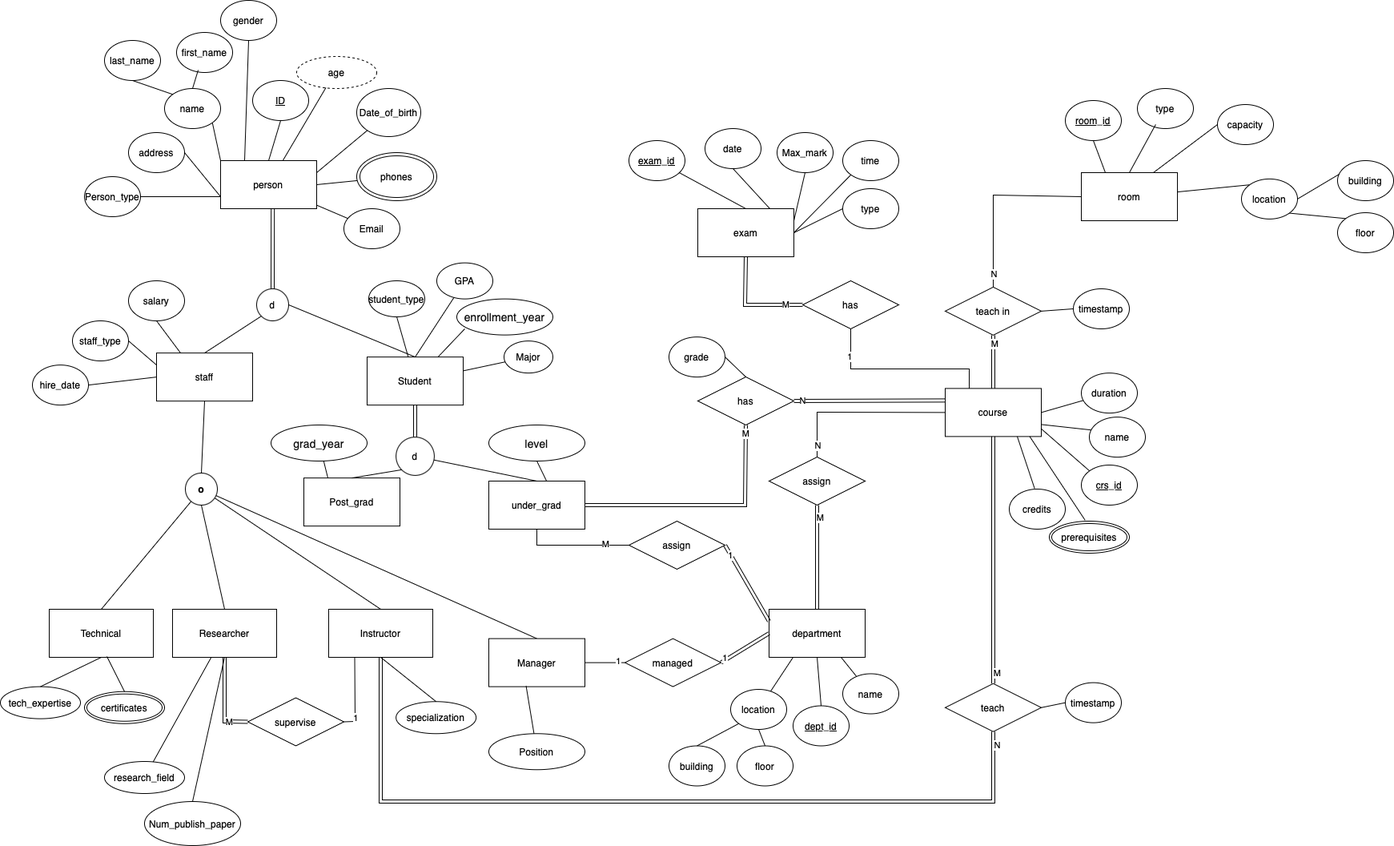
Earlier version of the draw.io export photos/CollageERD.drawio.png (MuhamedHekal/Data-Management-System-for-a-University-Case-Study). Source tidied: cells renumbered, new cells last; positions are measured from the earlier drawing's top-left corner, leaving out a move shared by most shapes.
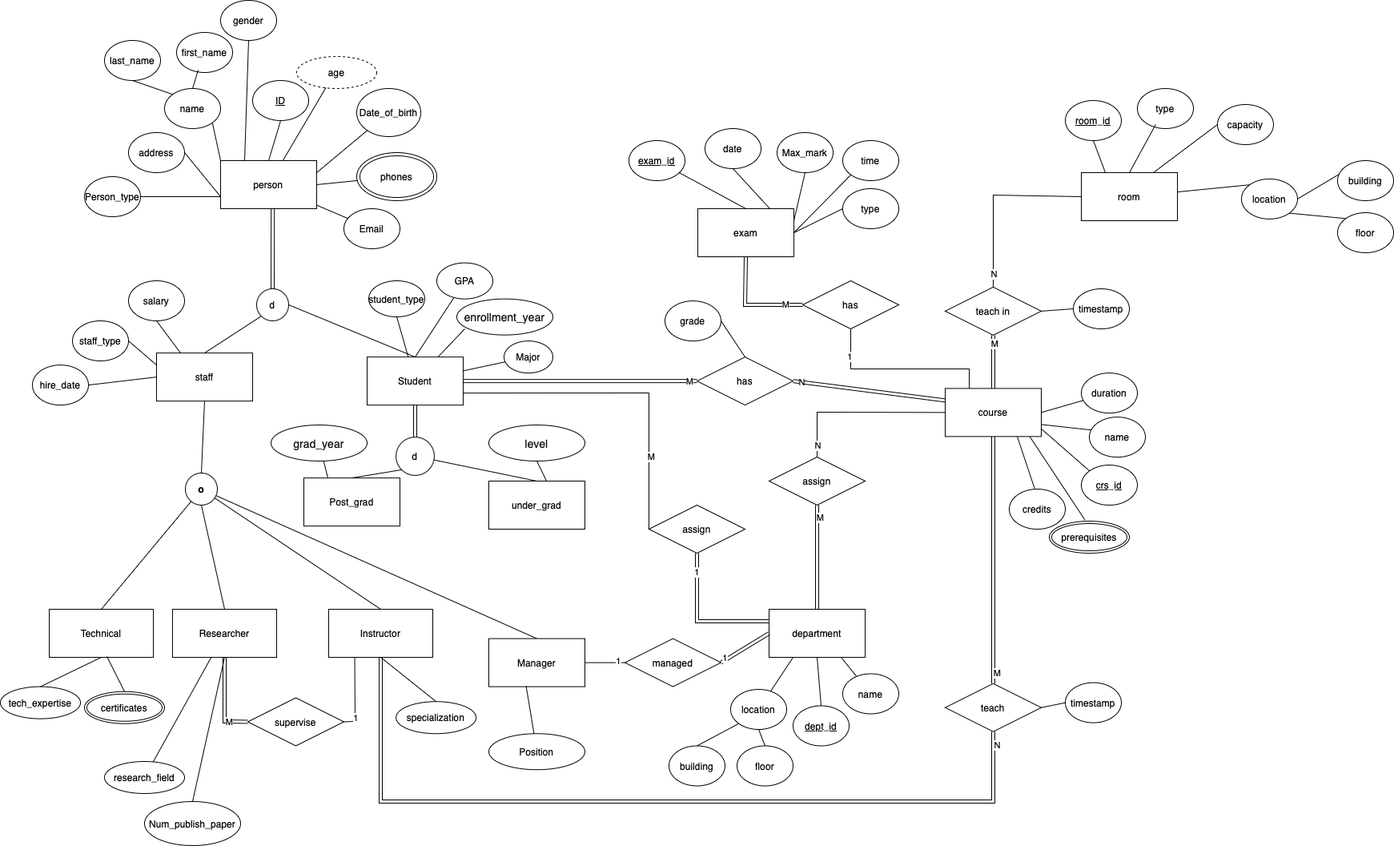
Later version of the same file.

Diff of the diagram source:
```diff
@@ -315,7 +315,7 @@
       <mxGeometry relative="1" as="geometry" />
     </mxCell>
     <mxCell id="106" value="has" style="shape=rhombus;perimeter=rhombusPerimeter;whiteSpace=wrap;html=1;align=center;" parent="1" vertex="1">
-      <mxGeometry x="871" y="470" width="120" height="60" as="geometry" />
+      <mxGeometry x="870" y="445.1" width="120" height="60" as="geometry" />
     </mxCell>
     <mxCell id="107" value="has" style="shape=rhombus;perimeter=rhombusPerimeter;whiteSpace=wrap;html=1;align=center;" parent="1" vertex="1">
       <mxGeometry x="1002" y="350" width="120" height="60" as="geometry" />
@@ -330,7 +330,7 @@
       <mxGeometry x="1180" y="852.8" width="120" height="60" as="geometry" />
     </mxCell>
     <mxCell id="111" value="assign" style="shape=rhombus;perimeter=rhombusPerimeter;whiteSpace=wrap;html=1;align=center;" parent="1" vertex="1">
-      <mxGeometry x="785" y="650" width="120" height="60" as="geometry" />
+      <mxGeometry x="810" y="630" width="120" height="60" as="geometry" />
     </mxCell>
     <mxCell id="112" value="managed" style="shape=rhombus;perimeter=rhombusPerimeter;whiteSpace=wrap;html=1;align=center;" parent="1" vertex="1">
       <mxGeometry x="780" y="796.6" width="120" height="60" as="geometry" />
@@ -349,16 +349,20 @@
         <mxPoint x="-10" y="4" as="offset" />
       </mxGeometry>
     </mxCell>
-    <mxCell id="117" style="endArrow=none;html=1;rounded=0;exitX=1;exitY=0.5;exitDx=0;exitDy=0;entryX=0;entryY=0.25;entryDx=0;entryDy=0;shape=link;" parent="1" edge="1" source="111" target="64">
-      <mxGeometry relative="1" as="geometry" />
+    <mxCell id="117" style="endArrow=none;html=1;rounded=0;exitX=0.5;exitY=1;exitDx=0;exitDy=0;entryX=0;entryY=0.25;entryDx=0;entryDy=0;shape=link;" parent="1" edge="1" source="111" target="64">
+      <mxGeometry relative="1" as="geometry">
+        <Array as="points">
+          <mxPoint x="870" y="775" />
+        </Array>
+      </mxGeometry>
     </mxCell>
     <mxCell id="118" value="1" style="edgeLabel;html=1;align=center;verticalAlign=middle;" parent="117" vertex="1">
       <mxGeometry x="-0.74" y="-1" relative="1" as="geometry" />
     </mxCell>
-    <mxCell id="119" style="endArrow=none;html=1;rounded=0;entryX=0;entryY=0.5;entryDx=0;entryDy=0;exitX=0.5;exitY=1;exitDx=0;exitDy=0;" parent="1" edge="1" source="57" target="111">
+    <mxCell id="119" style="endArrow=none;html=1;rounded=0;entryX=0;entryY=0.5;entryDx=0;entryDy=0;exitX=1;exitY=0.75;exitDx=0;exitDy=0;" parent="1" edge="1" source="46" target="111">
       <mxGeometry relative="1" as="geometry">
         <Array as="points">
-          <mxPoint x="670" y="680" />
+          <mxPoint x="810" y="490" />
         </Array>
       </mxGeometry>
     </mxCell>
@@ -443,12 +447,8 @@
     <mxCell id="138" value="N" style="edgeLabel;html=1;align=center;verticalAlign=middle;" parent="137" vertex="1">
       <mxGeometry x="-0.89" relative="1" as="geometry" />
     </mxCell>
-    <mxCell id="139" style="endArrow=none;html=1;rounded=0;entryX=0.5;entryY=1;entryDx=0;entryDy=0;exitX=1;exitY=0.5;exitDx=0;exitDy=0;shape=link;" parent="1" edge="1" source="57" target="106">
-      <mxGeometry relative="1" as="geometry">
-        <Array as="points">
-          <mxPoint x="930" y="630" />
-        </Array>
-      </mxGeometry>
+    <mxCell id="139" style="endArrow=none;html=1;rounded=0;entryX=0;entryY=0.5;entryDx=0;entryDy=0;exitX=1;exitY=0.5;exitDx=0;exitDy=0;shape=link;" parent="1" edge="1" source="46" target="106">
+      <mxGeometry relative="1" as="geometry" />
     </mxCell>
     <mxCell id="140" value="M" style="edgeLabel;html=1;align=center;verticalAlign=middle;" parent="139" vertex="1">
       <mxGeometry x="0.93" relative="1" as="geometry" />
@@ -472,7 +472,7 @@
       <mxGeometry relative="1" as="geometry" />
     </mxCell>
     <mxCell id="147" value="grade" style="ellipse;whiteSpace=wrap;html=1;" parent="1" vertex="1">
-      <mxGeometry x="835" y="420.1" width="70" height="50" as="geometry" />
+      <mxGeometry x="830" y="375.1" width="70" height="50" as="geometry" />
     </mxCell>
     <mxCell id="148" style="endArrow=none;html=1;rounded=0;exitX=1;exitY=0.5;exitDx=0;exitDy=0;entryX=0.5;entryY=0;entryDx=0;entryDy=0;" parent="1" edge="1" source="147" target="106">
       <mxGeometry relative="1" as="geometry" />
```
